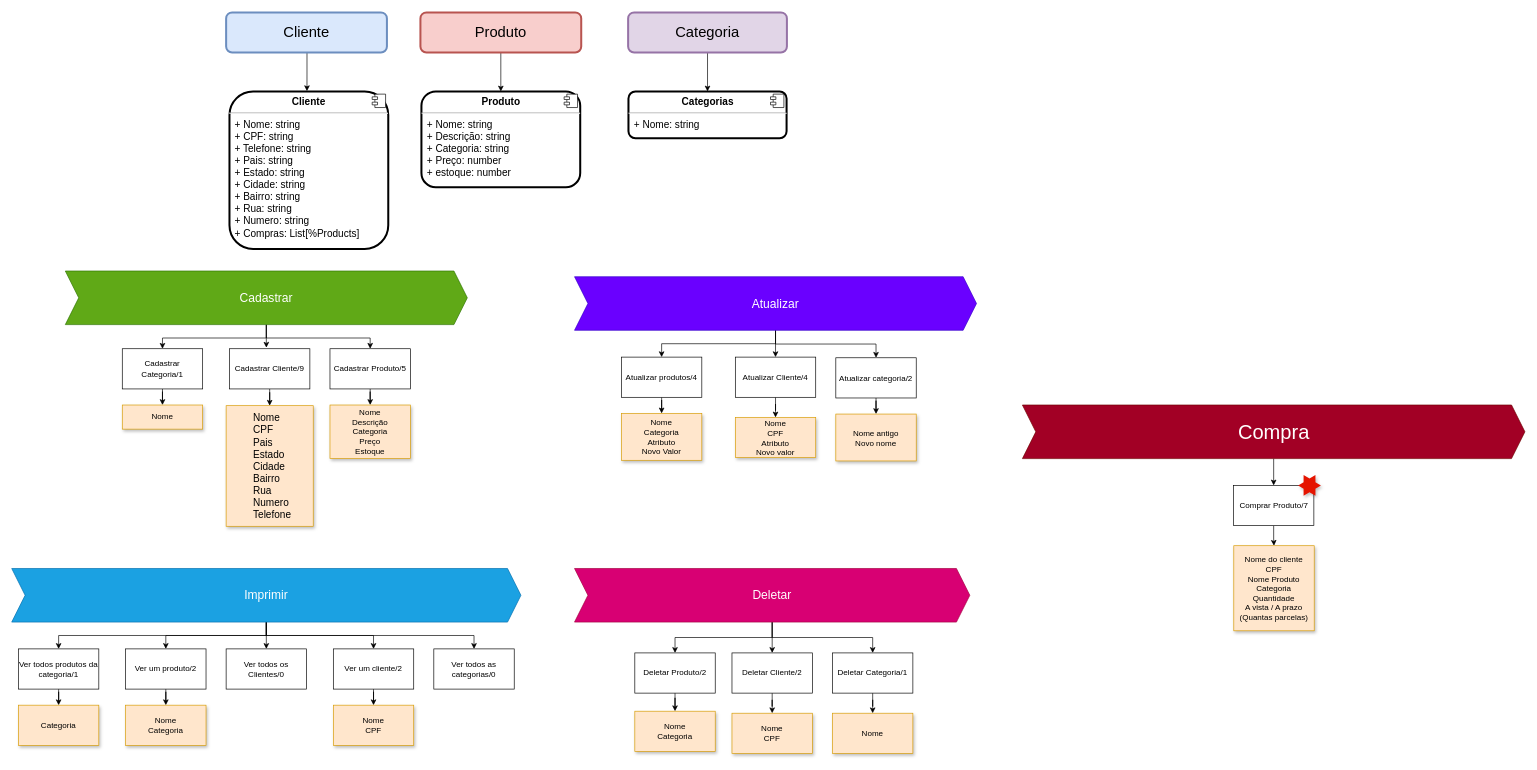
This is UML/project.drawio from marlon-Symczecym/mini-ecommerce, a draw.io file, before an edit. Source tidied: cells renumbered, new cells numbered last; positions are measured from the earlier drawing's top-left corner, leaving out a move shared by most shapes. Both pictures are drawn from the tidied source at 67%, with x=0, y=0 at pixel (11, 12).
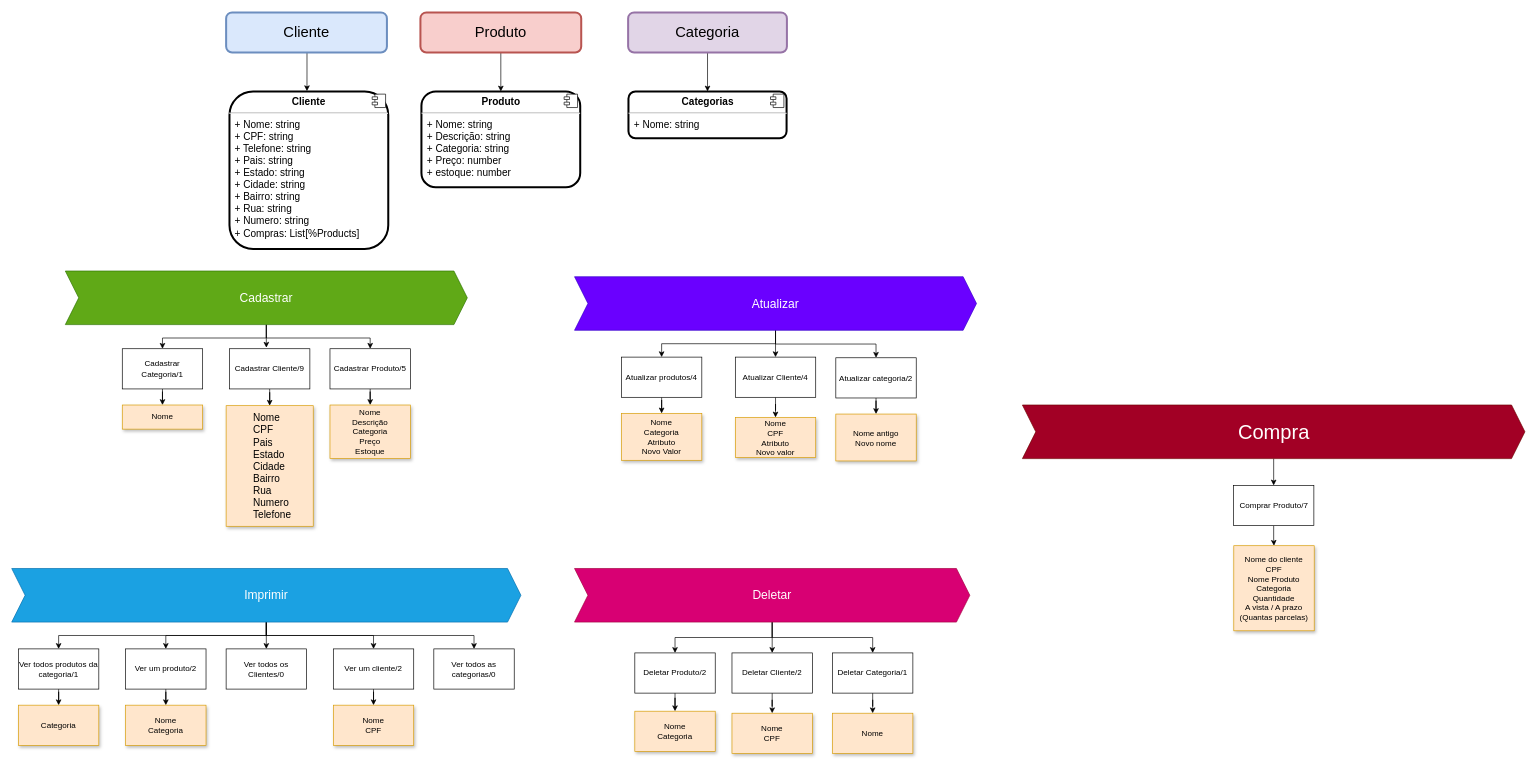
After the change.

What changed in the source:
```diff
@@
-    <mxCell id="75" style="verticalLabelPosition=bottom;verticalAlign=top;html=1;shape=mxgraph.basic.6_point_star;fillColor=#e51400;strokeColor=none;fontColor=#ffffff;gradientColor=none;shadow=1;" parent="1" vertex="1">
-      <mxGeometry x="1920" y="690.5" width="34" height="31" as="geometry" />
-    </mxCell>
```
